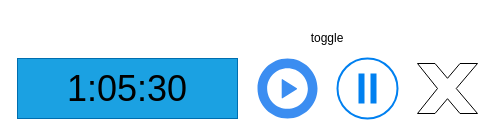
Above: mockup.drawio in adiguno/stopWatchExtension (draw.io), before the change. Source tidied: cells renumbered, new cells numbered last; positions are measured from the earlier drawing's top-left corner, leaving out a move shared by most shapes. Both pictures are drawn from the tidied source at 100%, with x=0, y=0 at pixel (17, 28).
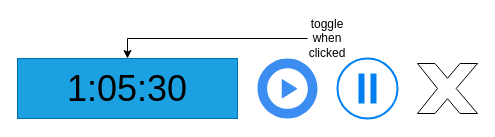
The same diagram, later.

The edit, as a diff of the source:
```diff
@@
 <mxGraphModel>
   <root>
     <mxCell id="0" />
     <mxCell id="1" parent="0" />
     <mxCell id="2" style="rounded=0;whiteSpace=wrap;html=1;fillColor=#1ba1e2;strokeColor=#006EAF;fontColor=#ffffff;" parent="1" vertex="1">
       <mxGeometry y="30" width="220" height="60" as="geometry" />
     </mxCell>
     <mxCell id="3" value="&lt;font style=&quot;font-size: 36px&quot;&gt;1:05:30&lt;/font&gt;" style="text;html=1;strokeColor=none;fillColor=none;align=center;verticalAlign=middle;whiteSpace=wrap;rounded=0;" parent="1" vertex="1">
       <mxGeometry x="10" y="30" width="200" height="60" as="geometry" />
     </mxCell>
     <mxCell id="4" style="html=1;strokeColor=none;shadow=0;align=center;verticalAlign=top;fillColor=#3B8DF1;shape=mxgraph.gcp2.play_start;" parent="1" vertex="1">
       <mxGeometry x="240" y="30" width="60" height="60" as="geometry" />
     </mxCell>
     <mxCell id="5" style="html=1;verticalLabelPosition=bottom;labelBackgroundColor=#ffffff;verticalAlign=top;shadow=0;dashed=0;strokeWidth=2;shape=mxgraph.ios7.misc.pause;strokeColor=#0080f0;" parent="1" vertex="1">
       <mxGeometry x="320" y="30" width="60" height="60" as="geometry" />
     </mxCell>
+    <mxCell id="8" style="edgeStyle=orthogonalEdgeStyle;rounded=0;jettySize=auto;html=1;" parent="1" edge="1" source="6" target="3">
+      <mxGeometry relative="1" as="geometry" />
+    </mxCell>
-    <mxCell id="6" value="toggle" style="text;html=1;strokeColor=none;fillColor=none;align=center;verticalAlign=middle;whiteSpace=wrap;rounded=0;" parent="1" vertex="1">
+    <mxCell id="6" value="toggle when clicked" style="text;html=1;strokeColor=none;fillColor=none;align=center;verticalAlign=middle;whiteSpace=wrap;rounded=0;" parent="1" vertex="1">
       <mxGeometry x="290" width="40" height="20" as="geometry" />
     </mxCell>
     <mxCell id="7" style="verticalLabelPosition=bottom;verticalAlign=top;html=1;shape=mxgraph.basic.x;" parent="1" vertex="1">
       <mxGeometry x="400" y="35" width="60" height="50" as="geometry" />
     </mxCell>
   </root>
 </mxGraphModel>
```
